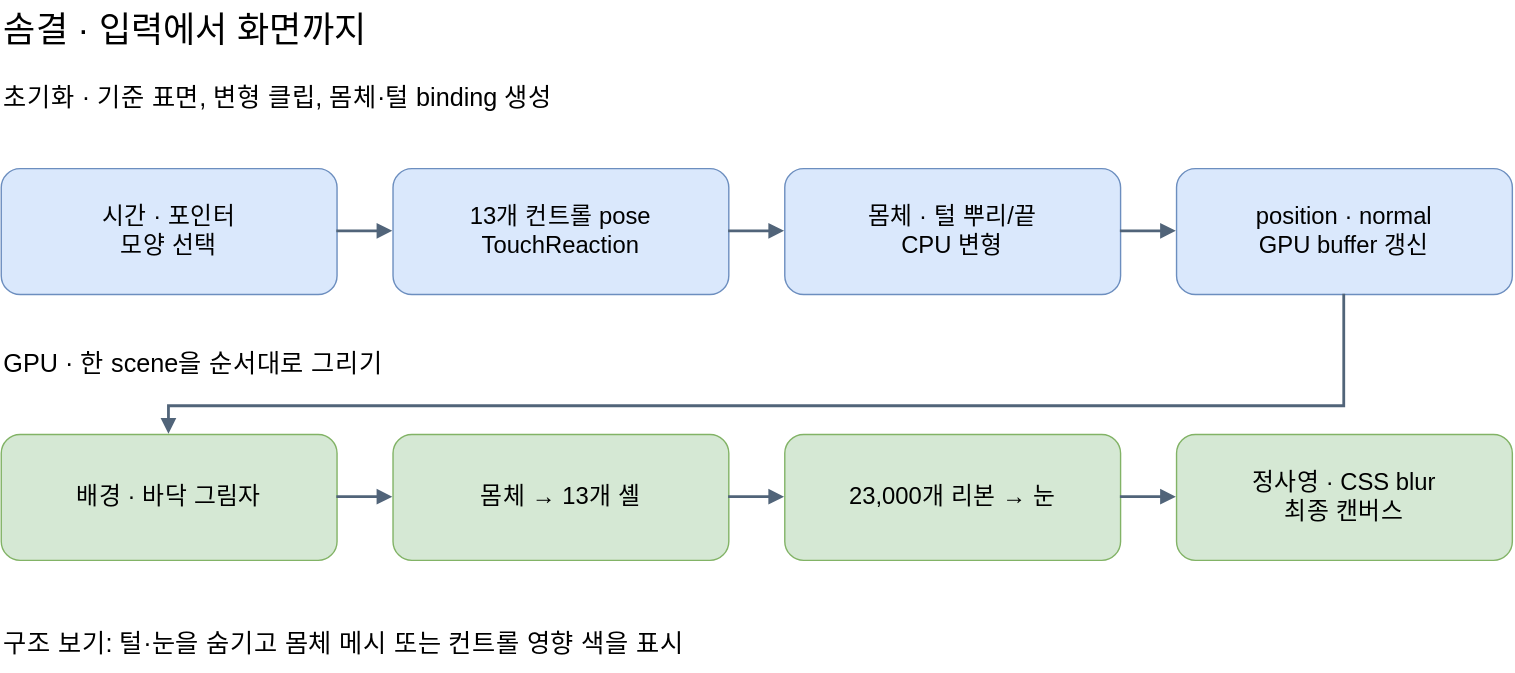
This is docs/assets/soft-forms-frame-pipeline.svg from jiwon79/brand-artwork, a draw.io export, as it was before one commit. Source tidied: cells renumbered, new cells last; positions are measured from the earlier drawing's top-left corner, leaving out a move shared by most shapes.
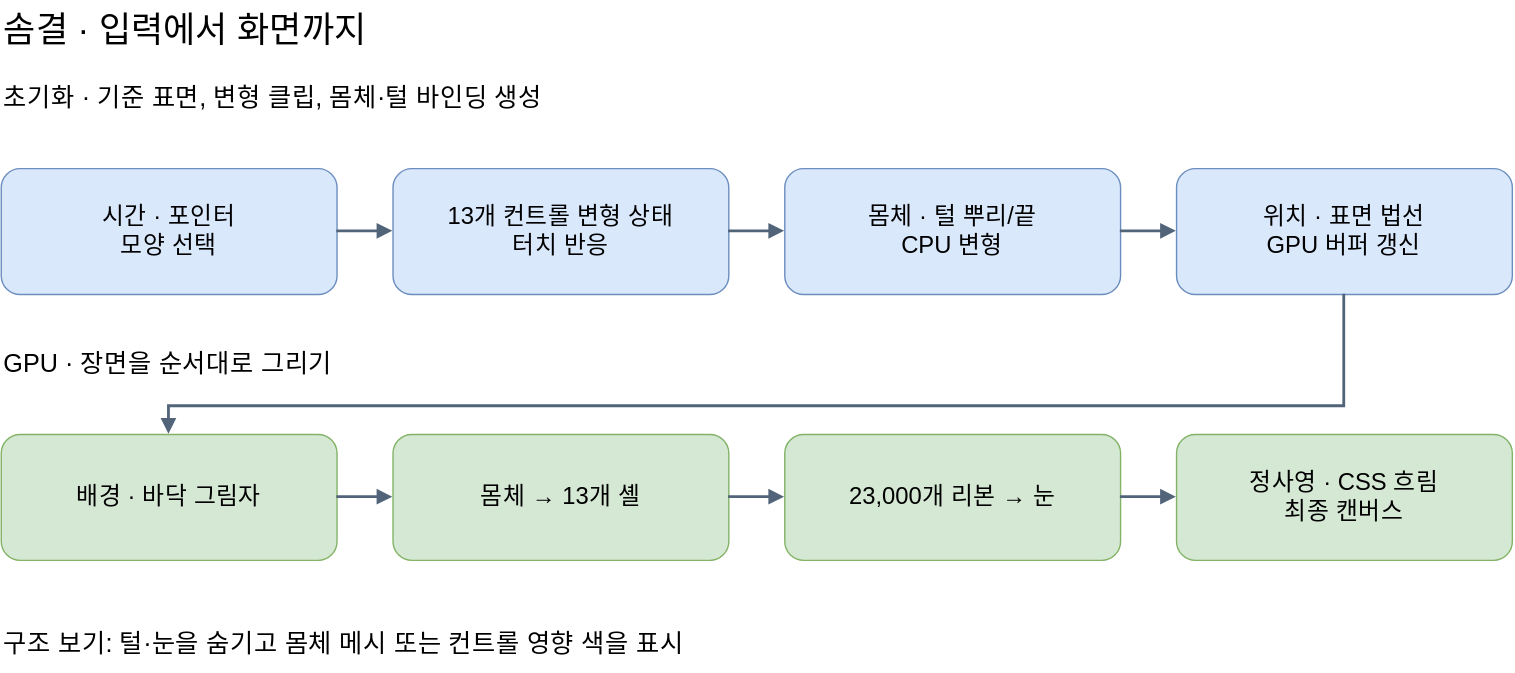
After the commit.

Commit message:
docs(soft-forms): apply STE writing principles in Korean

What changed in the source:
```diff
@@ -5,19 +5,19 @@
     <mxCell id="2" value="솜결 · 입력에서 화면까지" style="whiteSpace=wrap;html=1;fontFamily=Arial;fontSize=17;text;strokeColor=none;fillColor=none;align=left;verticalAlign=middle;fontSize=25;" parent="1" vertex="1">
       <mxGeometry width="1000" height="40" as="geometry" />
     </mxCell>
-    <mxCell id="3" value="초기화 · 기준 표면, 변형 클립, 몸체·털 binding 생성" style="whiteSpace=wrap;html=1;fontFamily=Arial;fontSize=17;text;strokeColor=none;fillColor=none;align=left;verticalAlign=middle;fontSize=18;" parent="1" vertex="1">
+    <mxCell id="3" value="초기화 · 기준 표면, 변형 클립, 몸체·털 바인딩 생성" style="whiteSpace=wrap;html=1;fontFamily=Arial;fontSize=17;text;strokeColor=none;fillColor=none;align=left;verticalAlign=middle;fontSize=18;" parent="1" vertex="1">
       <mxGeometry y="50" width="1080" height="40" as="geometry" />
     </mxCell>
     <mxCell id="4" value="시간 · 포인터&lt;br&gt;모양 선택" style="whiteSpace=wrap;html=1;fontFamily=Arial;fontSize=17;rounded=1;fillColor=#dae8fc;strokeColor=#6c8ebf;" parent="1" vertex="1">
       <mxGeometry y="120" width="240" height="90" as="geometry" />
     </mxCell>
-    <mxCell id="5" value="13개 컨트롤 pose&lt;br&gt;TouchReaction" style="whiteSpace=wrap;html=1;fontFamily=Arial;fontSize=17;rounded=1;fillColor=#dae8fc;strokeColor=#6c8ebf;" parent="1" vertex="1">
+    <mxCell id="5" value="13개 컨트롤 변형 상태&lt;br&gt;터치 반응" style="whiteSpace=wrap;html=1;fontFamily=Arial;fontSize=17;rounded=1;fillColor=#dae8fc;strokeColor=#6c8ebf;" parent="1" vertex="1">
       <mxGeometry x="280" y="120" width="240" height="90" as="geometry" />
     </mxCell>
     <mxCell id="6" value="몸체 · 털 뿌리/끝&lt;br&gt;CPU 변형" style="whiteSpace=wrap;html=1;fontFamily=Arial;fontSize=17;rounded=1;fillColor=#dae8fc;strokeColor=#6c8ebf;" parent="1" vertex="1">
       <mxGeometry x="560" y="120" width="240" height="90" as="geometry" />
     </mxCell>
-    <mxCell id="7" value="position · normal&lt;br&gt;GPU buffer 갱신" style="whiteSpace=wrap;html=1;fontFamily=Arial;fontSize=17;rounded=1;fillColor=#dae8fc;strokeColor=#6c8ebf;" parent="1" vertex="1">
+    <mxCell id="7" value="위치 · 표면 법선&lt;br&gt;GPU 버퍼 갱신" style="whiteSpace=wrap;html=1;fontFamily=Arial;fontSize=17;rounded=1;fillColor=#dae8fc;strokeColor=#6c8ebf;" parent="1" vertex="1">
       <mxGeometry x="840" y="120" width="240" height="90" as="geometry" />
     </mxCell>
     <mxCell id="8" style="edgeStyle=orthogonalEdgeStyle;rounded=0;html=1;endArrow=block;strokeColor=#516479;strokeWidth=2;" parent="1" edge="1" source="4" target="5">
@@ -29,7 +29,7 @@
     <mxCell id="10" style="edgeStyle=orthogonalEdgeStyle;rounded=0;html=1;endArrow=block;strokeColor=#516479;strokeWidth=2;" parent="1" edge="1" source="6" target="7">
       <mxGeometry relative="1" as="geometry" />
     </mxCell>
-    <mxCell id="11" value="GPU · 한 scene을 순서대로 그리기" style="whiteSpace=wrap;html=1;fontFamily=Arial;fontSize=17;text;strokeColor=none;fillColor=none;align=left;verticalAlign=middle;fontSize=18;" parent="1" vertex="1">
+    <mxCell id="11" value="GPU · 장면을 순서대로 그리기" style="whiteSpace=wrap;html=1;fontFamily=Arial;fontSize=17;text;strokeColor=none;fillColor=none;align=left;verticalAlign=middle;fontSize=18;" parent="1" vertex="1">
       <mxGeometry y="240" width="1080" height="40" as="geometry" />
     </mxCell>
     <mxCell id="12" value="배경 · 바닥 그림자" style="whiteSpace=wrap;html=1;fontFamily=Arial;fontSize=17;rounded=1;fillColor=#d5e8d4;strokeColor=#82b366;" parent="1" vertex="1">
@@ -41,7 +41,7 @@
     <mxCell id="14" value="23,000개 리본 → 눈" style="whiteSpace=wrap;html=1;fontFamily=Arial;fontSize=17;rounded=1;fillColor=#d5e8d4;strokeColor=#82b366;" parent="1" vertex="1">
       <mxGeometry x="560" y="310" width="240" height="90" as="geometry" />
     </mxCell>
-    <mxCell id="15" value="정사영 · CSS blur&lt;br&gt;최종 캔버스" style="whiteSpace=wrap;html=1;fontFamily=Arial;fontSize=17;rounded=1;fillColor=#d5e8d4;strokeColor=#82b366;" parent="1" vertex="1">
+    <mxCell id="15" value="정사영 · CSS 흐림&lt;br&gt;최종 캔버스" style="whiteSpace=wrap;html=1;fontFamily=Arial;fontSize=17;rounded=1;fillColor=#d5e8d4;strokeColor=#82b366;" parent="1" vertex="1">
       <mxGeometry x="840" y="310" width="240" height="90" as="geometry" />
     </mxCell>
     <mxCell id="16" style="edgeStyle=orthogonalEdgeStyle;rounded=0;html=1;endArrow=block;strokeColor=#516479;strokeWidth=2;" parent="1" edge="1" source="12" target="13">
```
